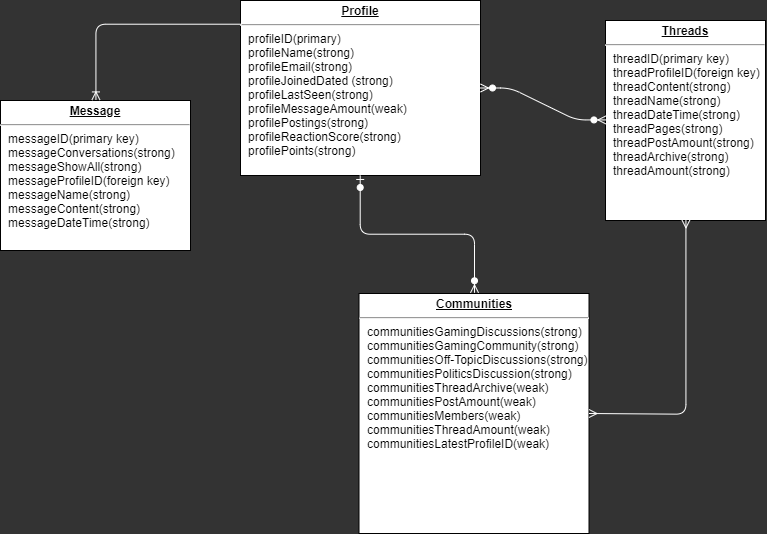
Before: Epic/ERDDiagram.png, a diagram exported from draw.io (GinoVillalpando/data-design). Source tidied: cells renumbered, new cells last; positions are measured from the earlier drawing's top-left corner, leaving out a move shared by most shapes.
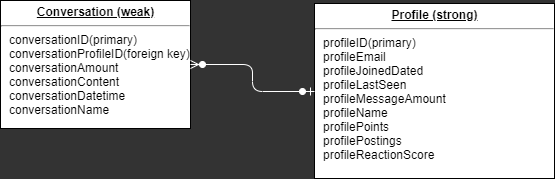
The same diagram one commit later.

What changed in the source:
```diff
@@ -2,33 +2,14 @@
   <root>
     <mxCell id="0" />
     <mxCell id="1" parent="0" />
-    <mxCell id="2" value="&lt;p style=&quot;margin: 0px ; margin-top: 4px ; text-align: center ; text-decoration: underline&quot;&gt;&lt;b&gt;Communities&lt;/b&gt;&lt;/p&gt;&lt;hr&gt;&lt;p style=&quot;margin: 0px ; margin-left: 8px&quot;&gt;communitiesGamingDiscussions(strong)&lt;/p&gt;&lt;p style=&quot;margin: 0px ; margin-left: 8px&quot;&gt;communitiesGamingCommunity(strong)&lt;/p&gt;&lt;p style=&quot;margin: 0px ; margin-left: 8px&quot;&gt;communitiesOff-TopicDiscussions(strong)&lt;/p&gt;&lt;p style=&quot;margin: 0px ; margin-left: 8px&quot;&gt;communitiesPoliticsDiscussion(strong)&lt;/p&gt;&lt;p style=&quot;margin: 0px ; margin-left: 8px&quot;&gt;communitiesThreadArchive(weak)&lt;/p&gt;&lt;p style=&quot;margin: 0px ; margin-left: 8px&quot;&gt;communitiesPostAmount(weak)&lt;/p&gt;&lt;p style=&quot;margin: 0px ; margin-left: 8px&quot;&gt;communitiesMembers(weak)&lt;/p&gt;&lt;p style=&quot;margin: 0px ; margin-left: 8px&quot;&gt;communitiesThreadAmount(weak)&lt;/p&gt;&lt;p style=&quot;margin: 0px ; margin-left: 8px&quot;&gt;communitiesLatestProfileID(weak)&lt;/p&gt;&lt;p style=&quot;margin: 0px ; margin-left: 8px&quot;&gt;&lt;br&gt;&lt;/p&gt;" style="verticalAlign=top;align=left;overflow=fill;fontSize=12;fontFamily=Helvetica;html=1;rounded=0;shadow=0;comic=0;labelBackgroundColor=none;strokeWidth=1;" parent="1" vertex="1">
-      <mxGeometry x="358.5" y="293" width="230" height="240" as="geometry" />
-    </mxCell>
-    <mxCell id="3" value="&lt;p style=&quot;margin: 0px ; margin-top: 4px ; text-align: center ; text-decoration: underline&quot;&gt;&lt;b&gt;Profile&lt;/b&gt;&lt;/p&gt;&lt;hr&gt;&lt;p style=&quot;margin: 0px ; margin-left: 8px&quot;&gt;profileID(primary)&lt;br&gt;profileName(strong)&lt;/p&gt;&lt;p style=&quot;margin: 0px ; margin-left: 8px&quot;&gt;profileEmail(strong)&lt;br&gt;profileJoinedDated (strong)&lt;/p&gt;&lt;p style=&quot;margin: 0px ; margin-left: 8px&quot;&gt;profileLastSeen(strong)&lt;/p&gt;&lt;p style=&quot;margin: 0px ; margin-left: 8px&quot;&gt;profileMessageAmount(weak)&lt;/p&gt;&lt;p style=&quot;margin: 0px ; margin-left: 8px&quot;&gt;profilePostings(strong)&lt;/p&gt;&lt;p style=&quot;margin: 0px ; margin-left: 8px&quot;&gt;profileReactionScore(strong)&lt;/p&gt;&lt;p style=&quot;margin: 0px ; margin-left: 8px&quot;&gt;profilePoints(strong)&lt;/p&gt;" style="verticalAlign=top;align=left;overflow=fill;fontSize=12;fontFamily=Helvetica;html=1;rounded=0;shadow=0;comic=0;labelBackgroundColor=none;strokeWidth=1;" parent="1" vertex="1">
-      <mxGeometry x="240" width="240" height="175" as="geometry" />
+    <mxCell id="3" value="&lt;p style=&quot;margin: 0px ; margin-top: 4px ; text-align: center ; text-decoration: underline&quot;&gt;&lt;b&gt;Profile (strong)&lt;/b&gt;&lt;/p&gt;&lt;hr&gt;&lt;p style=&quot;margin: 0px ; margin-left: 8px&quot;&gt;profileID(primary)&lt;/p&gt;&lt;p style=&quot;margin: 0px ; margin-left: 8px&quot;&gt;profileEmail&lt;br&gt;&lt;/p&gt;&lt;p style=&quot;margin: 0px 0px 0px 8px&quot;&gt;profileJoinedDated&amp;nbsp;&lt;/p&gt;&lt;p style=&quot;margin: 0px 0px 0px 8px&quot;&gt;profileLastSeen&lt;br&gt;&lt;/p&gt;&lt;p style=&quot;margin: 0px 0px 0px 8px&quot;&gt;profileMessageAmount&lt;br&gt;&lt;/p&gt;&lt;p style=&quot;margin: 0px ; margin-left: 8px&quot;&gt;profileName&lt;/p&gt;&lt;p style=&quot;margin: 0px ; margin-left: 8px&quot;&gt;profilePoints&lt;br&gt;&lt;/p&gt;&lt;p style=&quot;margin: 0px ; margin-left: 8px&quot;&gt;profilePostings&lt;/p&gt;&lt;p style=&quot;margin: 0px ; margin-left: 8px&quot;&gt;profileReactionScore&lt;/p&gt;&lt;p style=&quot;margin: 0px ; margin-left: 8px&quot;&gt;&lt;br&gt;&lt;/p&gt;" style="verticalAlign=top;align=left;overflow=fill;fontSize=12;fontFamily=Helvetica;html=1;rounded=0;shadow=0;comic=0;labelBackgroundColor=none;strokeWidth=1;" parent="1" vertex="1">
+      <mxGeometry x="314" y="103" width="240" height="175" as="geometry" />
     </mxCell>
-    <mxCell id="4" value="&lt;p style=&quot;margin: 0px ; margin-top: 4px ; text-align: center ; text-decoration: underline&quot;&gt;&lt;b&gt;Threads&lt;/b&gt;&lt;/p&gt;&lt;hr&gt;&lt;p style=&quot;margin: 0px ; margin-left: 8px&quot;&gt;threadID(primary key)&lt;/p&gt;&lt;p style=&quot;margin: 0px ; margin-left: 8px&quot;&gt;threadProfileID(foreign key)&lt;/p&gt;&lt;p style=&quot;margin: 0px ; margin-left: 8px&quot;&gt;threadContent(strong)&lt;/p&gt;&lt;p style=&quot;margin: 0px ; margin-left: 8px&quot;&gt;threadName(strong)&lt;/p&gt;&lt;p style=&quot;margin: 0px ; margin-left: 8px&quot;&gt;threadDateTime(strong)&lt;/p&gt;&lt;p style=&quot;margin: 0px ; margin-left: 8px&quot;&gt;threadPages(strong)&lt;/p&gt;&lt;p style=&quot;margin: 0px ; margin-left: 8px&quot;&gt;threadPostAmount(strong)&lt;/p&gt;&lt;p style=&quot;margin: 0px ; margin-left: 8px&quot;&gt;threadArchive(strong)&lt;/p&gt;&lt;p style=&quot;margin: 0px ; margin-left: 8px&quot;&gt;threadAmount(strong)&lt;/p&gt;&lt;p style=&quot;margin: 0px ; margin-left: 8px&quot;&gt;&lt;br&gt;&lt;/p&gt;" style="verticalAlign=top;align=left;overflow=fill;fontSize=12;fontFamily=Helvetica;html=1;rounded=0;shadow=0;comic=0;labelBackgroundColor=none;strokeWidth=1;" parent="1" vertex="1">
-      <mxGeometry x="605" y="20" width="160" height="200" as="geometry" />
-    </mxCell>
-    <mxCell id="5" value="&lt;p style=&quot;margin: 0px ; margin-top: 4px ; text-align: center ; text-decoration: underline&quot;&gt;&lt;b&gt;Message&lt;/b&gt;&lt;/p&gt;&lt;hr&gt;&lt;p style=&quot;margin: 0px ; margin-left: 8px&quot;&gt;messageID(primary key)&lt;/p&gt;&lt;p style=&quot;margin: 0px ; margin-left: 8px&quot;&gt;messageConversations(strong)&lt;br&gt;messageShowAll(strong)&lt;/p&gt;&lt;p style=&quot;margin: 0px ; margin-left: 8px&quot;&gt;messageProfileID(foreign key)&lt;/p&gt;&lt;p style=&quot;margin: 0px ; margin-left: 8px&quot;&gt;messageName(strong)&lt;/p&gt;&lt;p style=&quot;margin: 0px ; margin-left: 8px&quot;&gt;messageContent(strong)&lt;/p&gt;&lt;p style=&quot;margin: 0px ; margin-left: 8px&quot;&gt;messageDateTime(strong)&lt;/p&gt;&lt;p style=&quot;margin: 0px ; margin-left: 8px&quot;&gt;&lt;br&gt;&lt;/p&gt;" style="verticalAlign=top;align=left;overflow=fill;fontSize=12;fontFamily=Helvetica;html=1;rounded=0;shadow=0;comic=0;labelBackgroundColor=none;strokeWidth=1;" parent="1" vertex="1">
-      <mxGeometry y="100" width="190" height="150" as="geometry" />
+    <mxCell id="5" value="&lt;p style=&quot;margin: 0px ; margin-top: 4px ; text-align: center ; text-decoration: underline&quot;&gt;&lt;b&gt;Conversation (weak)&lt;/b&gt;&lt;/p&gt;&lt;hr&gt;&lt;p style=&quot;margin: 0px ; margin-left: 8px&quot;&gt;conversationID(primary)&lt;/p&gt;&lt;p style=&quot;margin: 0px ; margin-left: 8px&quot;&gt;&lt;span&gt;conversationProfileID(foreign key)&lt;/span&gt;&lt;/p&gt;&lt;p style=&quot;margin: 0px ; margin-left: 8px&quot;&gt;conversationAmount&lt;/p&gt;&lt;p style=&quot;margin: 0px ; margin-left: 8px&quot;&gt;conversationContent&lt;/p&gt;&lt;p style=&quot;margin: 0px ; margin-left: 8px&quot;&gt;conversationDatetime&lt;/p&gt;&lt;p style=&quot;margin: 0px ; margin-left: 8px&quot;&gt;conversationName&lt;/p&gt;&lt;p style=&quot;margin: 0px ; margin-left: 8px&quot;&gt;&lt;br&gt;&lt;/p&gt;" style="verticalAlign=top;align=left;overflow=fill;fontSize=12;fontFamily=Helvetica;html=1;rounded=0;shadow=0;comic=0;labelBackgroundColor=none;strokeWidth=1;" parent="1" vertex="1">
+      <mxGeometry y="100" width="190" height="128" as="geometry" />
     </mxCell>
-    <mxCell id="6" style="edgeStyle=entityRelationEdgeStyle;fontSize=12;html=1;endArrow=ERzeroToMany;endFill=1;startArrow=ERzeroToMany;entryX=0;entryY=0.5;entryDx=0;entryDy=0;strokeColor=#FFFFFF;" parent="1" edge="1" target="4">
-      <mxGeometry relative="1" as="geometry">
-        <mxPoint x="480" y="87.5" as="sourcePoint" />
-      </mxGeometry>
-    </mxCell>
-    <mxCell id="7" style="edgeStyle=orthogonalEdgeStyle;fontSize=12;html=1;endArrow=ERzeroToMany;startArrow=ERzeroToOne;entryX=0.5;entryY=0;entryDx=0;entryDy=0;strokeColor=#FFFFFF;" parent="1" edge="1" source="3" target="2">
-      <mxGeometry relative="1" as="geometry" />
-    </mxCell>
-    <mxCell id="8" style="edgeStyle=orthogonalEdgeStyle;fontSize=12;html=1;endArrow=ERoneToMany;exitX=0.007;exitY=0.138;exitDx=0;exitDy=0;exitPerimeter=0;entryX=0.5;entryY=0;entryDx=0;entryDy=0;strokeColor=#FFFFFF;" parent="1" edge="1" source="3" target="5">
+    <mxCell id="8" style="edgeStyle=orthogonalEdgeStyle;fontSize=12;html=1;endArrow=ERzeroToMany;startArrow=ERzeroToOne;entryX=1;entryY=0.5;entryDx=0;entryDy=0;exitX=0;exitY=0.5;exitDx=0;exitDy=0;strokeColor=#FFFFFF;" parent="1" edge="1" source="3" target="5">
       <mxGeometry relative="1" as="geometry" />
     </mxCell>
-    <mxCell id="9" style="edgeStyle=orthogonalEdgeStyle;fontSize=12;html=1;endArrow=ERmany;startArrow=ERmany;entryX=0.5;entryY=1;entryDx=0;entryDy=0;strokeColor=#FFFFFF;" parent="1" edge="1" target="4">
-      <mxGeometry relative="1" as="geometry">
-        <mxPoint x="588.5" y="413" as="sourcePoint" />
-      </mxGeometry>
-    </mxCell>
   </root>
 </mxGraphModel>
```
